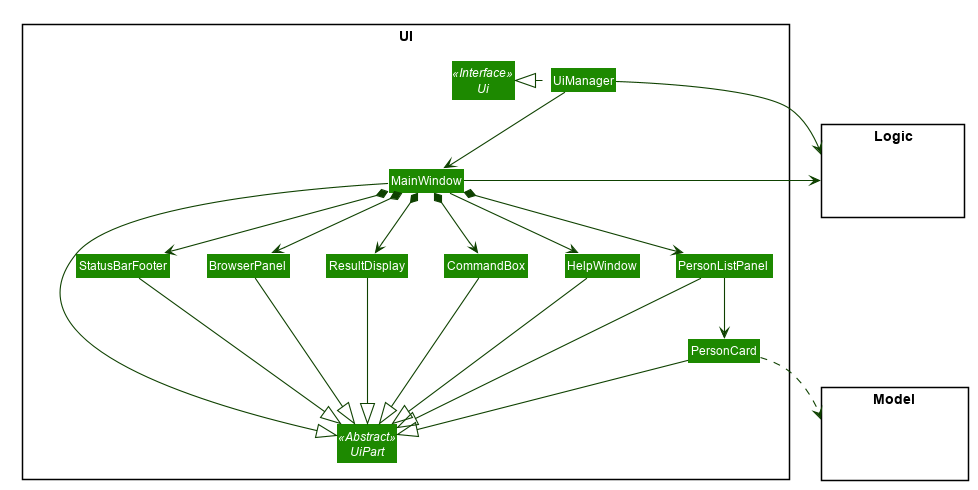
se-edu/addressbook-level4 keeps this PlantUML diagram as docs/images/UiClassDiagram.png. Above is the earlier version. Its source is kept beside it as docs/diagrams/UiClassDiagram.puml.
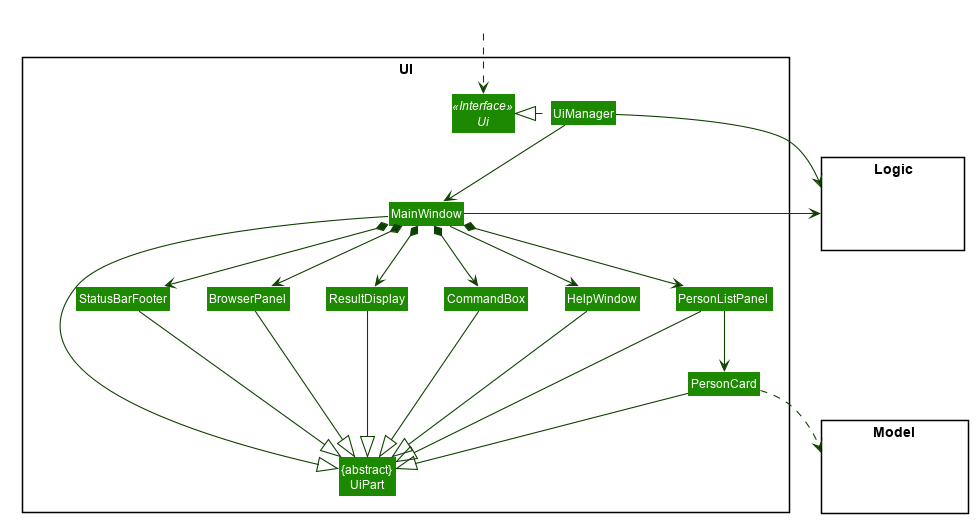
The same file after the commit.

Diff of the diagram source:
```diff
@@ -8,7 +8,7 @@
 
 package UI <<Rectangle>>{
 Interface Ui <<Interface>>
-Abstract Class UiPart <<Abstract>>
+Class "{abstract}\nUiPart" as UiPart
 Class UiManager
 Class MainWindow
 Class HelpWindow
@@ -29,6 +29,9 @@
 Class HiddenLogic #FFFFFF
 hide circle
 }
+
+Class HiddenOutside #FFFFFF
+HiddenOutside ..> Ui
 
 UiManager .left.|> Ui
 UiManager -down-> MainWindow
```
